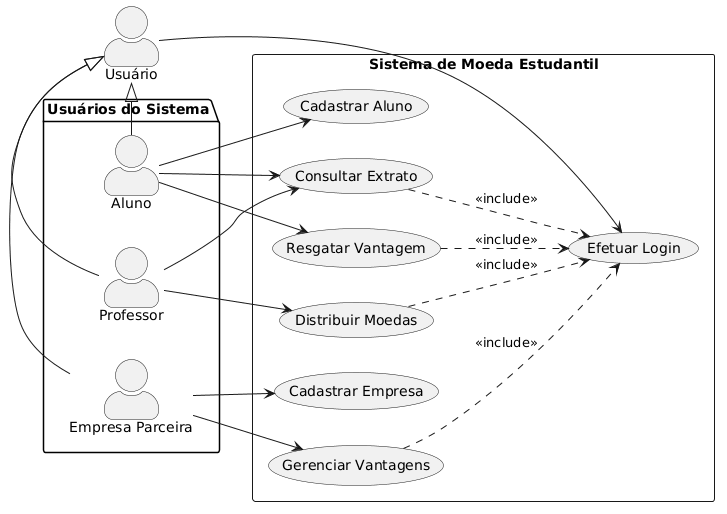
Earlier version of the PlantUML export Documentos/Diagramas/Imagens/Diagrma-Casos-de-Uso.png (Mateus7799/Lab-Dev-sistema-moeda-estudantil).
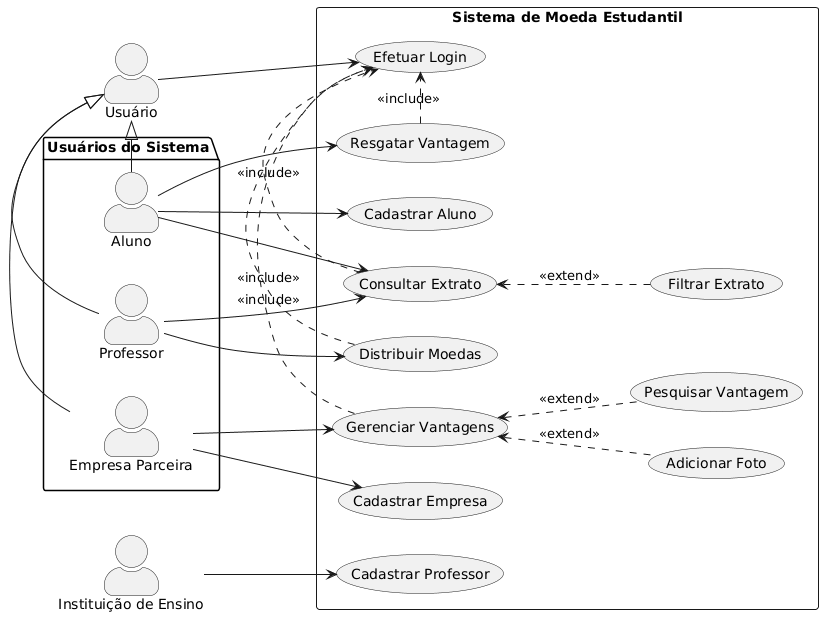
The same file after the commit.

Commit message:
docs: atualizando diagrama de Casos de Uso

The edit, as a diff of the source:
```diff
@@ -8,6 +8,7 @@
     actor "Professor" as Prof
     actor "Empresa Parceira" as Emp
 }
+actor "Instituição de Ensino" as Inst
 
 Alun -left-|> User
 Prof -left-|> User
@@ -22,22 +23,30 @@
     (Distribuir Moedas) as UC_Doar
     (Resgatar Vantagem) as UC_Resgate
     (Gerenciar Vantagens) as UC_Vantagens
+    (Cadastrar Professor) as UC_CadProf
+
+    (Filtrar Extrato) as UC_Filtro
+    (Adicionar Foto) as UC_Foto
+    (Pesquisar Vantagem) as UC_pesq
 
     User --> UC_Login
     Alun --> UC_CadAlun
     Emp --> UC_CadEmp
+    Inst --> UC_CadProf
 
-    UC_Extrato ..> UC_Login : <<include>>
-    UC_Doar ..> UC_Login : <<include>>
-    UC_Resgate ..> UC_Login : <<include>>
-    UC_Vantagens ..> UC_Login : <<include>>
+    UC_Extrato .right.> UC_Login : <<include>>
+    UC_Doar .right.> UC_Login : <<include>>
+    UC_Resgate .right.> UC_Login : <<include>>
+    UC_Vantagens .right.> UC_Login : <<include>>
+
+    UC_Filtro .up.> UC_Extrato : <<extend>>
+    UC_Foto .up.> UC_Vantagens : <<extend>>
+    UC_pesq .up.> UC_Vantagens : <<extend>>
 
     Alun --> UC_Extrato
     Alun --> UC_Resgate
-
     Prof --> UC_Doar
     Prof --> UC_Extrato
-
     Emp --> UC_Vantagens
 }
 @enduml
```
